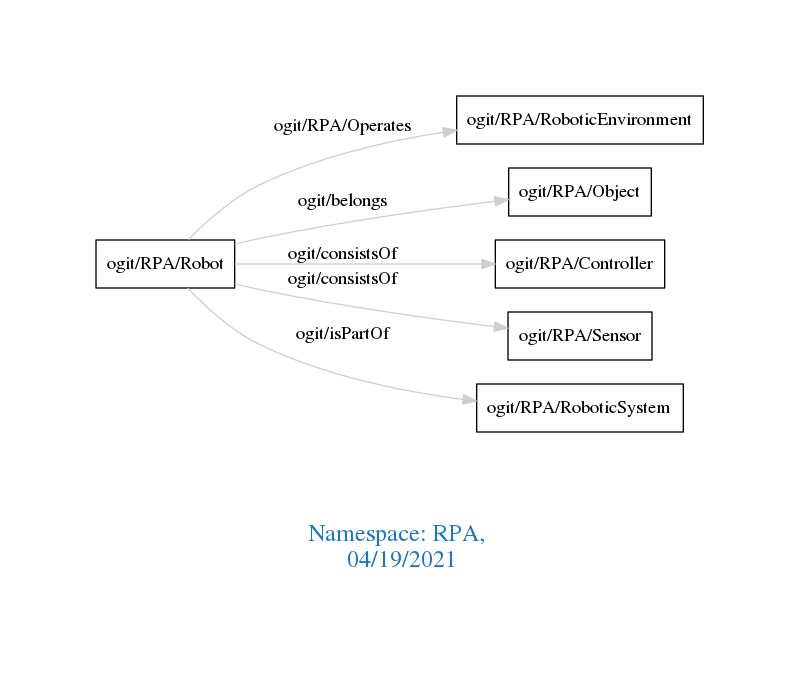
Before: downloads/RPA.png, a diagram exported from Graphviz (arago/OGIT). Its source is kept beside it as downloads/RPA.dot.
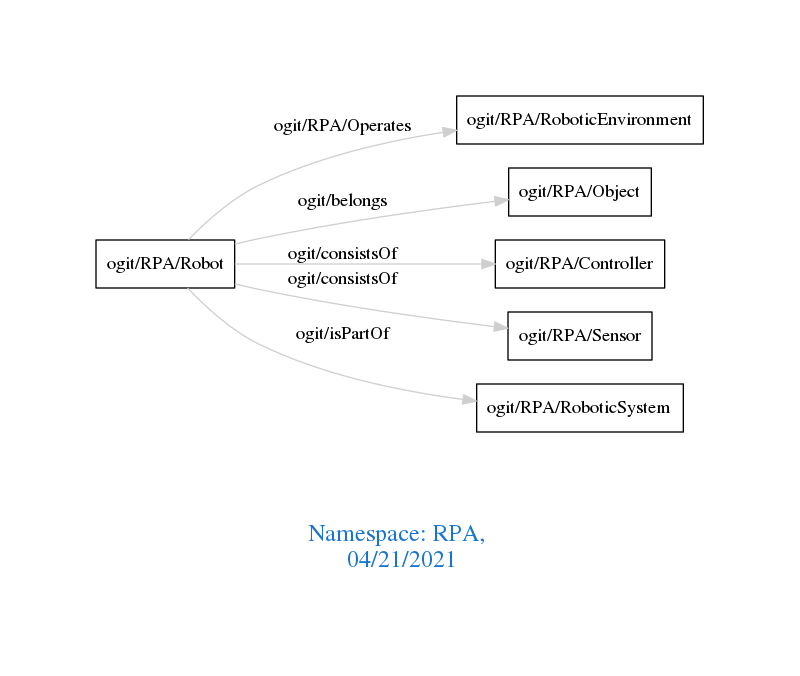
After the commit.

Diff of the diagram source:
```diff
@@ -1,7 +1,7 @@
 digraph OGIT_ontology {
  graph [ rankdir= LR,pad=1
 fontsize = 18,
-fontcolor= dodgerblue3,label = "\n\n\nNamespace: RPA, \n 04/19/2021"];
+fontcolor= dodgerblue3,label = "\n\n\nNamespace: RPA, \n 04/21/2021"];
 node[shape=polygon];
 edge [  color="gray81"];
 
```
